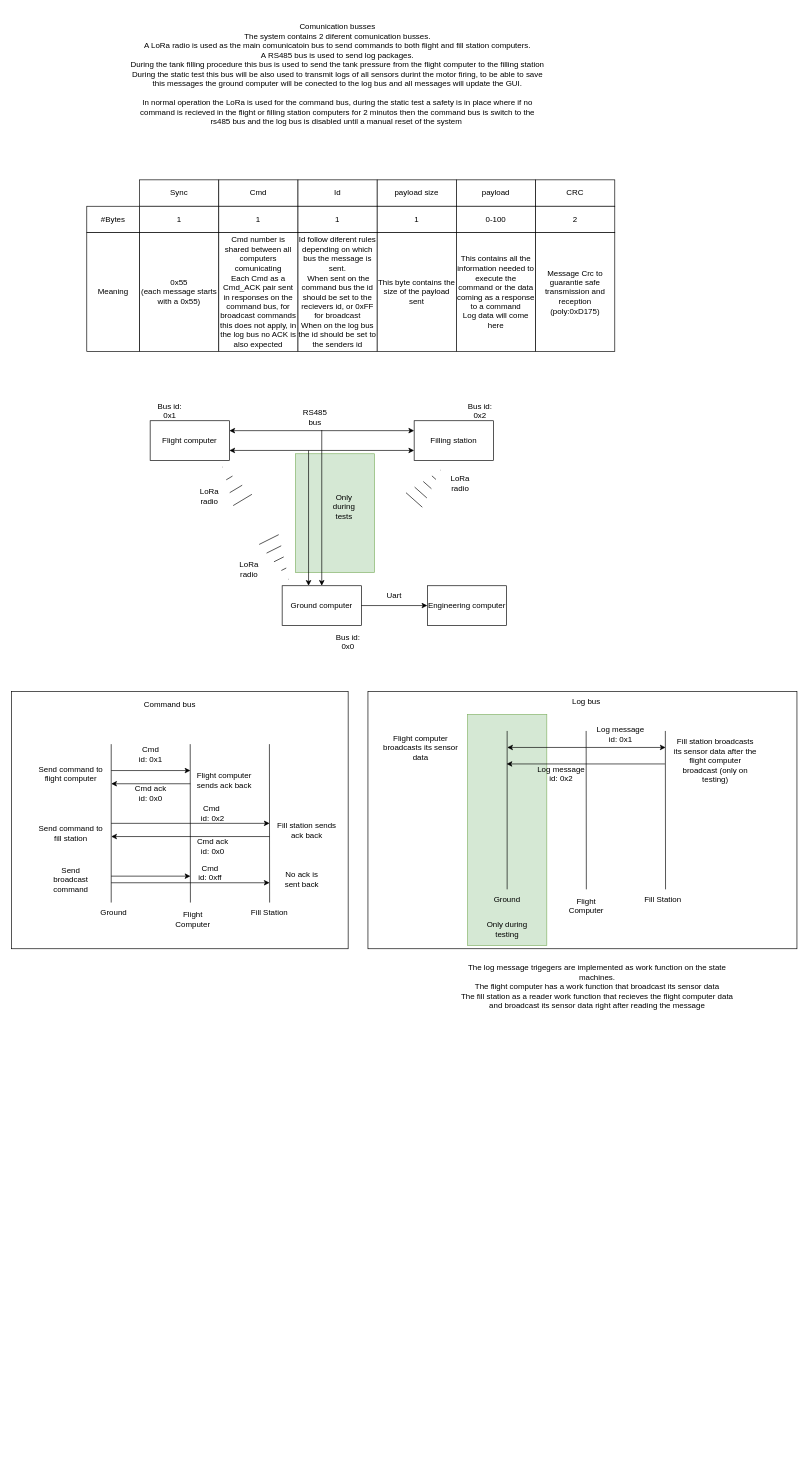
Above: page "Fluxo" (2 of 5) of SupportingDocs/EmbededT1.drawio in dvalnn/INV2_Firmware (draw.io), before the change. Source tidied: cells renumbered, new cells numbered last; positions are measured from the earlier drawing's top-left corner, leaving out a move shared by most shapes. Both pictures are drawn from the tidied source at 66%, with x=0, y=0 at pixel (11, 11).
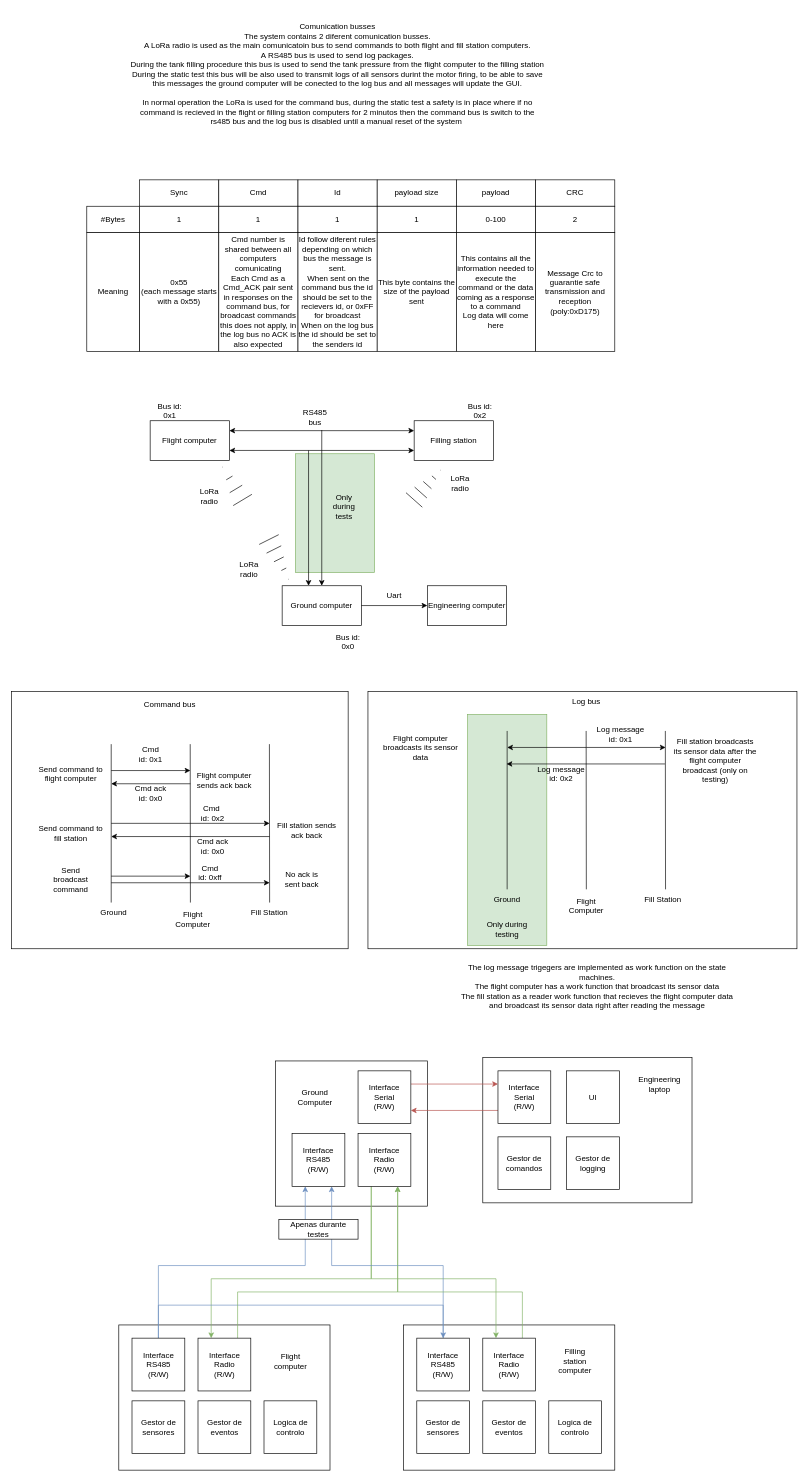
The same diagram, later.

Change to the diagram source:
```diff
@@
+    <mxCell id="88" style="rounded=0;whiteSpace=wrap;html=1;" parent="1" vertex="1">
+      <mxGeometry x="714" y="1585" width="317" height="220" as="geometry" />
+    </mxCell>
+    <mxCell id="89" style="rounded=0;whiteSpace=wrap;html=1;" parent="1" vertex="1">
+      <mxGeometry x="594" y="1990" width="320" height="220" as="geometry" />
+    </mxCell>
+    <mxCell id="90" style="rounded=0;whiteSpace=wrap;html=1;" parent="1" vertex="1">
+      <mxGeometry x="162.5" y="1990" width="320" height="220" as="geometry" />
+    </mxCell>
@@
+    <mxCell id="91" style="rounded=0;whiteSpace=wrap;html=1;" parent="1" vertex="1">
+      <mxGeometry x="400" y="1590" width="230" height="220" as="geometry" />
+    </mxCell>
+    <mxCell id="92" value="Ground Computer" style="text;html=1;align=center;verticalAlign=middle;whiteSpace=wrap;rounded=0;" parent="1" vertex="1">
+      <mxGeometry x="430" y="1630" width="60" height="30" as="geometry" />
+    </mxCell>
+    <mxCell id="93" value="UI" style="whiteSpace=wrap;html=1;" parent="1" vertex="1">
+      <mxGeometry x="841" y="1605" width="80" height="80" as="geometry" />
+    </mxCell>
+    <mxCell id="94" value="Gestor de comandos" style="whiteSpace=wrap;html=1;" parent="1" vertex="1">
+      <mxGeometry x="737" y="1705" width="80" height="80" as="geometry" />
+    </mxCell>
+    <mxCell id="95" value="Gestor de logging" style="whiteSpace=wrap;html=1;" parent="1" vertex="1">
+      <mxGeometry x="841" y="1705" width="80" height="80" as="geometry" />
+    </mxCell>
+    <mxCell id="96" value="Interface RS485&lt;br&gt;(R/W)" style="whiteSpace=wrap;html=1;" parent="1" vertex="1">
+      <mxGeometry x="425" y="1700" width="80" height="80" as="geometry" />
+    </mxCell>
+    <mxCell id="97" style="edgeStyle=orthogonalEdgeStyle;rounded=0;jettySize=auto;html=1;exitX=0.25;exitY=1;exitDx=0;exitDy=0;entryX=0.25;entryY=0;entryDx=0;entryDy=0;fillColor=#d5e8d4;strokeColor=#82b366;" parent="1" edge="1" source="99" target="104">
+      <mxGeometry relative="1" as="geometry">
+        <Array as="points">
+          <mxPoint x="545" y="1920" />
+          <mxPoint x="303" y="1920" />
+        </Array>
+      </mxGeometry>
+    </mxCell>
+    <mxCell id="98" style="edgeStyle=orthogonalEdgeStyle;rounded=0;jettySize=auto;html=1;exitX=0.25;exitY=1;exitDx=0;exitDy=0;entryX=0.25;entryY=0;entryDx=0;entryDy=0;fillColor=#d5e8d4;strokeColor=#82b366;" parent="1" edge="1" source="99" target="114">
+      <mxGeometry relative="1" as="geometry">
+        <Array as="points">
+          <mxPoint x="545" y="1920" />
+          <mxPoint x="734" y="1920" />
+        </Array>
+      </mxGeometry>
+    </mxCell>
+    <mxCell id="99" value="Interface Radio&lt;br&gt;(R/W)" style="whiteSpace=wrap;html=1;" parent="1" vertex="1">
+      <mxGeometry x="525" y="1700" width="80" height="80" as="geometry" />
+    </mxCell>
+    <mxCell id="100" style="edgeStyle=orthogonalEdgeStyle;rounded=0;jettySize=auto;html=1;exitX=0.5;exitY=0;exitDx=0;exitDy=0;entryX=0.5;entryY=0;entryDx=0;entryDy=0;fillColor=#dae8fc;strokeColor=#6c8ebf;" parent="1" edge="1" source="102" target="112">
+      <mxGeometry relative="1" as="geometry">
+        <Array as="points">
+          <mxPoint x="223" y="1960" />
+          <mxPoint x="654" y="1960" />
+        </Array>
+      </mxGeometry>
+    </mxCell>
+    <mxCell id="101" style="edgeStyle=orthogonalEdgeStyle;rounded=0;jettySize=auto;html=1;exitX=0.5;exitY=0;exitDx=0;exitDy=0;entryX=0.25;entryY=1;entryDx=0;entryDy=0;fillColor=#dae8fc;strokeColor=#6c8ebf;" parent="1" edge="1" source="102" target="96">
+      <mxGeometry relative="1" as="geometry">
+        <Array as="points">
+          <mxPoint x="223" y="1900" />
+          <mxPoint x="445" y="1900" />
+        </Array>
+      </mxGeometry>
+    </mxCell>
+    <mxCell id="102" value="Interface RS485&lt;br&gt;(R/W)" style="whiteSpace=wrap;html=1;" parent="1" vertex="1">
+      <mxGeometry x="182.5" y="2010" width="80" height="80" as="geometry" />
+    </mxCell>
+    <mxCell id="103" style="edgeStyle=orthogonalEdgeStyle;rounded=0;jettySize=auto;html=1;exitX=0.75;exitY=0;exitDx=0;exitDy=0;entryX=0.75;entryY=1;entryDx=0;entryDy=0;fillColor=#d5e8d4;strokeColor=#82b366;" parent="1" edge="1" source="104" target="99">
+      <mxGeometry relative="1" as="geometry">
+        <Array as="points">
+          <mxPoint x="343" y="1940" />
+          <mxPoint x="585" y="1940" />
+        </Array>
+      </mxGeometry>
+    </mxCell>
+    <mxCell id="104" value="Interface Radio&lt;br&gt;(R/W)" style="whiteSpace=wrap;html=1;" parent="1" vertex="1">
+      <mxGeometry x="282.5" y="2010" width="80" height="80" as="geometry" />
+    </mxCell>
+    <mxCell id="105" value="Flight computer" style="text;html=1;align=center;verticalAlign=middle;whiteSpace=wrap;rounded=0;" parent="1" vertex="1">
+      <mxGeometry x="392.5" y="2030" width="60" height="30" as="geometry" />
+    </mxCell>
+    <mxCell id="106" value="Gestor de eventos" style="whiteSpace=wrap;html=1;" parent="1" vertex="1">
+      <mxGeometry x="282.5" y="2105" width="80" height="80" as="geometry" />
+    </mxCell>
+    <mxCell id="107" value="Gestor de sensores" style="whiteSpace=wrap;html=1;" parent="1" vertex="1">
+      <mxGeometry x="182.5" y="2105" width="80" height="80" as="geometry" />
+    </mxCell>
+    <mxCell id="108" value="Logica de controlo" style="whiteSpace=wrap;html=1;" parent="1" vertex="1">
+      <mxGeometry x="382.5" y="2105" width="80" height="80" as="geometry" />
+    </mxCell>
+    <mxCell id="109" style="edgeStyle=orthogonalEdgeStyle;rounded=0;jettySize=auto;html=1;exitX=0;exitY=0.75;exitDx=0;exitDy=0;entryX=1;entryY=0.75;entryDx=0;entryDy=0;fillColor=#f8cecc;strokeColor=#b85450;" parent="1" edge="1" source="110" target="122">
+      <mxGeometry relative="1" as="geometry" />
+    </mxCell>
+    <mxCell id="110" value="Interface Serial&lt;br&gt;(R/W)" style="whiteSpace=wrap;html=1;" parent="1" vertex="1">
+      <mxGeometry x="737" y="1605" width="80" height="80" as="geometry" />
+    </mxCell>
+    <mxCell id="111" style="edgeStyle=orthogonalEdgeStyle;rounded=0;jettySize=auto;html=1;exitX=0.5;exitY=0;exitDx=0;exitDy=0;entryX=0.75;entryY=1;entryDx=0;entryDy=0;fillColor=#dae8fc;strokeColor=#6c8ebf;" parent="1" edge="1" source="112" target="96">
+      <mxGeometry relative="1" as="geometry">
+        <Array as="points">
+          <mxPoint x="654" y="1900" />
+          <mxPoint x="485" y="1900" />
+        </Array>
+      </mxGeometry>
+    </mxCell>
+    <mxCell id="112" value="Interface RS485&lt;br&gt;(R/W)" style="whiteSpace=wrap;html=1;" parent="1" vertex="1">
+      <mxGeometry x="614" y="2010" width="80" height="80" as="geometry" />
+    </mxCell>
+    <mxCell id="113" style="edgeStyle=orthogonalEdgeStyle;rounded=0;jettySize=auto;html=1;exitX=0.75;exitY=0;exitDx=0;exitDy=0;entryX=0.75;entryY=1;entryDx=0;entryDy=0;fillColor=#d5e8d4;strokeColor=#82b366;" parent="1" edge="1" source="114" target="99">
+      <mxGeometry relative="1" as="geometry">
+        <Array as="points">
+          <mxPoint x="774" y="1940" />
+          <mxPoint x="585" y="1940" />
+        </Array>
+      </mxGeometry>
+    </mxCell>
+    <mxCell id="114" value="Interface Radio&lt;br&gt;(R/W)" style="whiteSpace=wrap;html=1;" parent="1" vertex="1">
+      <mxGeometry x="714" y="2010" width="80" height="80" as="geometry" />
+    </mxCell>
+    <mxCell id="115" value="Filling station&lt;br&gt;computer" style="text;html=1;align=center;verticalAlign=middle;whiteSpace=wrap;rounded=0;" parent="1" vertex="1">
+      <mxGeometry x="824" y="2030" width="60" height="30" as="geometry" />
+    </mxCell>
+    <mxCell id="116" value="Gestor de eventos" style="whiteSpace=wrap;html=1;" parent="1" vertex="1">
+      <mxGeometry x="714" y="2105" width="80" height="80" as="geometry" />
+    </mxCell>
+    <mxCell id="117" value="Gestor de sensores" style="whiteSpace=wrap;html=1;" parent="1" vertex="1">
+      <mxGeometry x="614" y="2105" width="80" height="80" as="geometry" />
+    </mxCell>
+    <mxCell id="118" value="Logica de controlo" style="whiteSpace=wrap;html=1;" parent="1" vertex="1">
+      <mxGeometry x="814" y="2105" width="80" height="80" as="geometry" />
+    </mxCell>
+    <mxCell id="119" value="Apenas durante testes" style="rounded=0;whiteSpace=wrap;html=1;" parent="1" vertex="1">
+      <mxGeometry x="405" y="1830" width="120" height="30" as="geometry" />
+    </mxCell>
+    <mxCell id="120" value="Engineering laptop" style="text;html=1;align=center;verticalAlign=middle;whiteSpace=wrap;rounded=0;" parent="1" vertex="1">
+      <mxGeometry x="952" y="1610" width="60" height="30" as="geometry" />
+    </mxCell>
+    <mxCell id="121" style="edgeStyle=orthogonalEdgeStyle;rounded=0;jettySize=auto;html=1;exitX=1;exitY=0.25;exitDx=0;exitDy=0;entryX=0;entryY=0.25;entryDx=0;entryDy=0;fillColor=#f8cecc;strokeColor=#b85450;" parent="1" edge="1" source="122" target="110">
+      <mxGeometry relative="1" as="geometry" />
+    </mxCell>
+    <mxCell id="122" value="Interface Serial&lt;br&gt;(R/W)" style="whiteSpace=wrap;html=1;" parent="1" vertex="1">
+      <mxGeometry x="525" y="1605" width="80" height="80" as="geometry" />
+    </mxCell>
```
